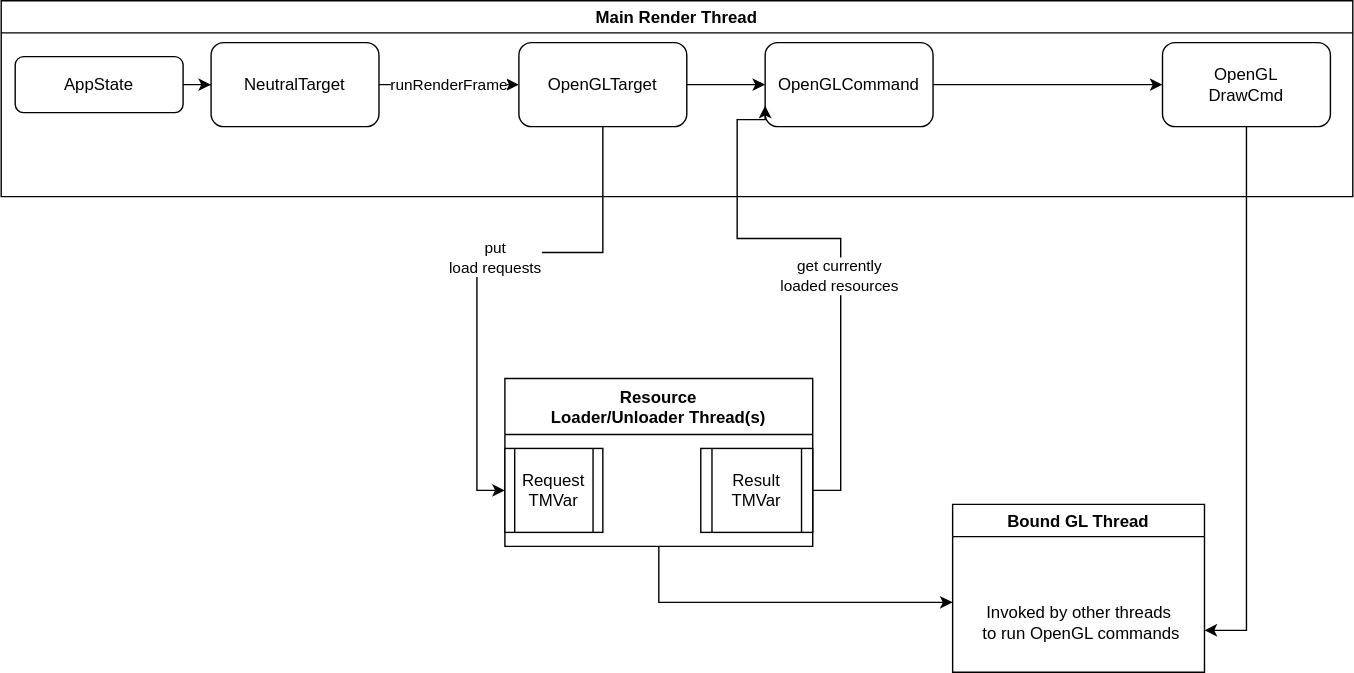
Izzimach/fomorian keeps this draw.io diagram as src/fomorian/OpenGL/OpenGLFlow.svg. Above is the earlier version. Source tidied: cells renumbered, new cells last; positions are measured from the earlier drawing's top-left corner, leaving out a move shared by most shapes.
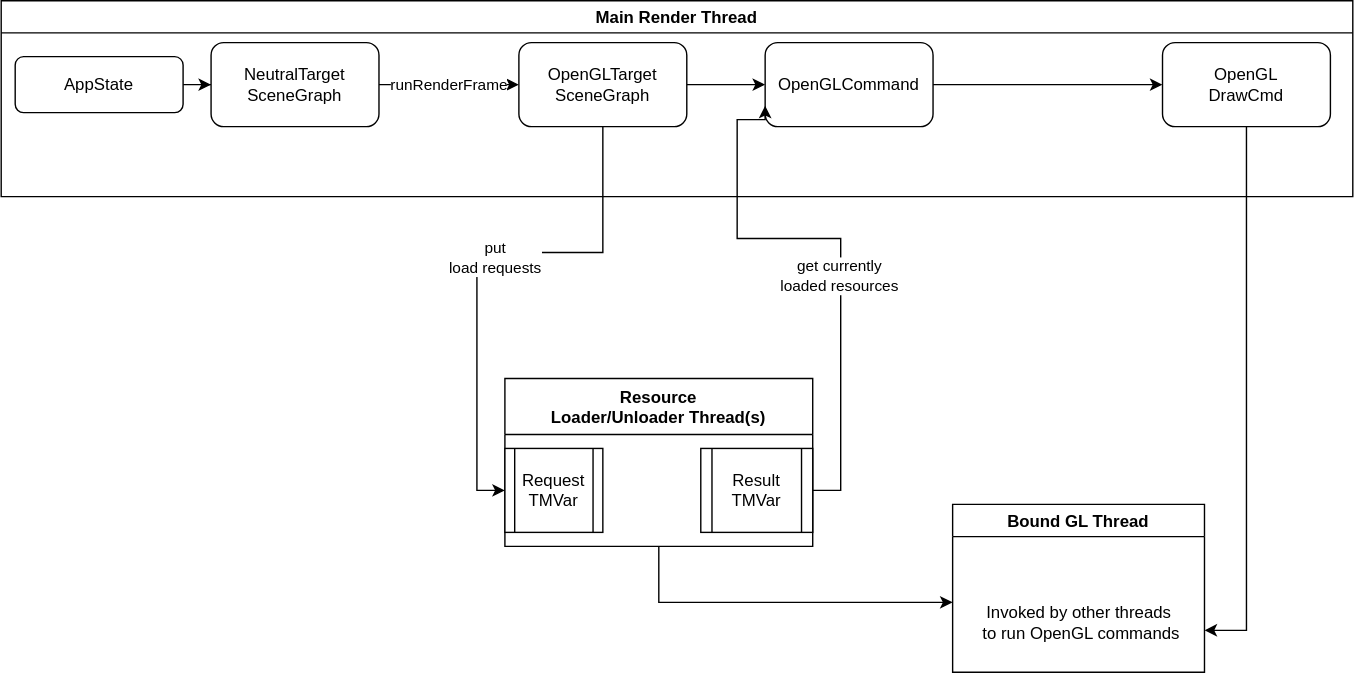
After the change.

Commit message:
Add diagram for OpenGL threads & data flow between them (OpenGLFlow)

Diff of the diagram source:
```diff
@@ -14,13 +14,13 @@
     <mxCell id="5" value="runRenderFrame" style="edgeStyle=orthogonalEdgeStyle;rounded=0;jettySize=auto;html=1;" parent="2" edge="1" source="6" target="8">
       <mxGeometry relative="1" as="geometry" />
     </mxCell>
-    <mxCell id="6" value="NeutralTarget" style="rounded=1;whiteSpace=wrap;html=1;shadow=0;strokeWidth=1;glass=0;" parent="2" vertex="1">
+    <mxCell id="6" value="NeutralTarget&lt;br&gt;SceneGraph" style="rounded=1;whiteSpace=wrap;html=1;shadow=0;strokeWidth=1;glass=0;" parent="2" vertex="1">
       <mxGeometry x="150" y="30" width="120" height="60" as="geometry" />
     </mxCell>
     <mxCell id="7" style="edgeStyle=orthogonalEdgeStyle;rounded=0;jettySize=auto;html=1;" parent="2" edge="1" source="8" target="10">
       <mxGeometry relative="1" as="geometry" />
     </mxCell>
-    <mxCell id="8" value="OpenGLTarget" style="whiteSpace=wrap;html=1;rounded=1;shadow=0;strokeWidth=1;glass=0;" parent="2" vertex="1">
+    <mxCell id="8" value="OpenGLTarget&lt;br&gt;SceneGraph" style="whiteSpace=wrap;html=1;rounded=1;shadow=0;strokeWidth=1;glass=0;" parent="2" vertex="1">
       <mxGeometry x="370" y="30" width="120" height="60" as="geometry" />
     </mxCell>
     <mxCell id="9" style="edgeStyle=orthogonalEdgeStyle;rounded=0;jettySize=auto;html=1;" parent="2" edge="1" source="10" target="11">
```
